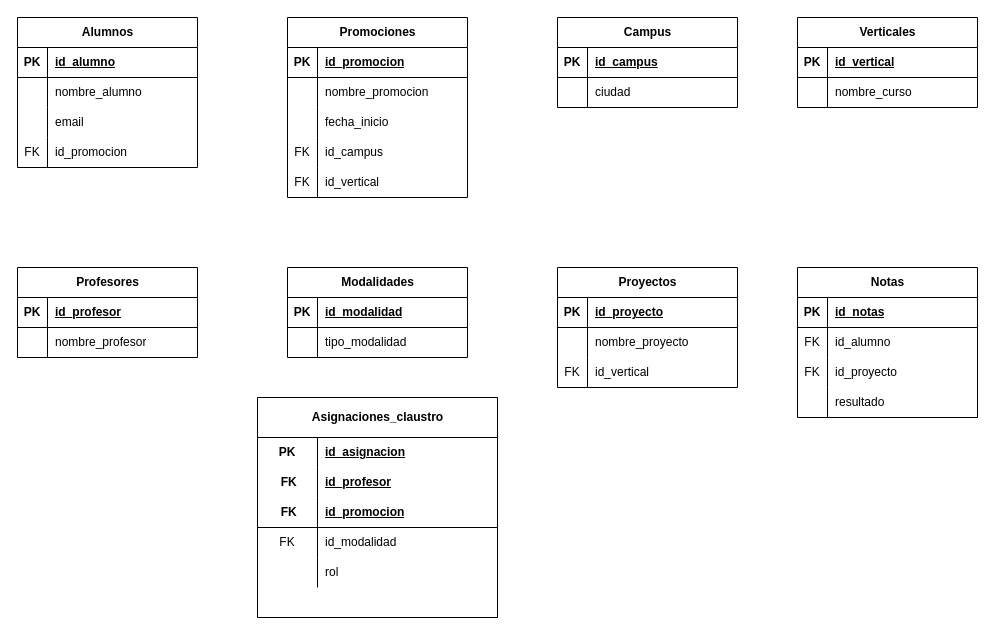
This is page "MODELO_LOGICO" (1 of 2) of modelo-diagrama.drawio from pablo-droid/proyecto_sql_noviembre, a draw.io file, before an edit. Source tidied: cells renumbered, new cells numbered last; positions are measured from the earlier drawing's top-left corner, leaving out a move shared by most shapes. Both pictures are drawn from the tidied source at 100%, with x=0, y=0 at pixel (17, 17).
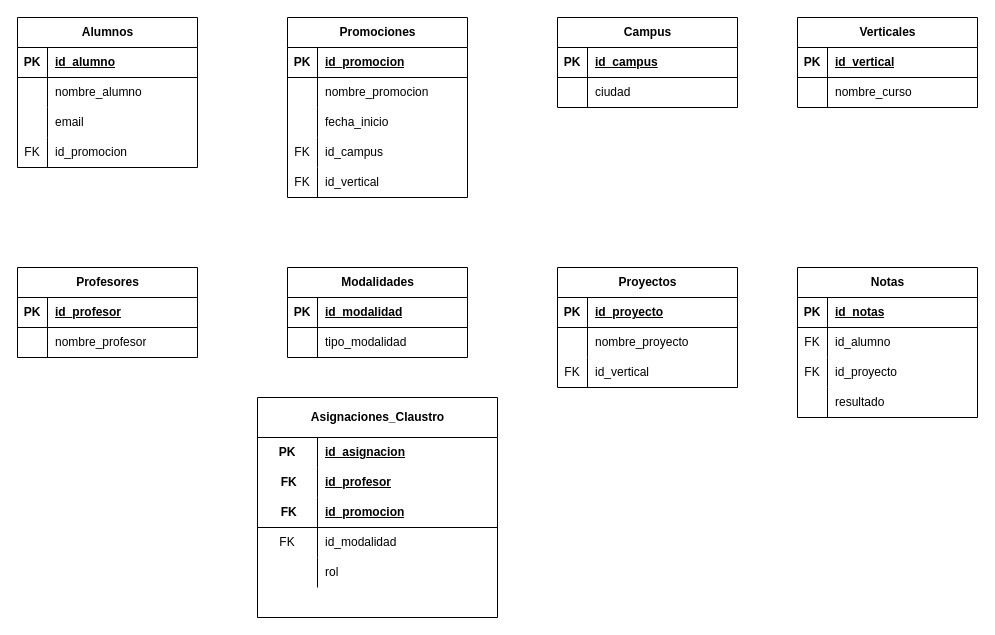
Above is the later version.

Diff of the diagram source:
```diff
@@
-    <mxCell id="82" value="Asignaciones_claustro" style="shape=table;startSize=40;childLayout=tableLayout;rowLines=0;fontStyle=1;align=center;html=1;" parent="1" vertex="1">
+    <mxCell id="82" value="Asignaciones_Claustro" style="shape=table;startSize=40;childLayout=tableLayout;rowLines=0;fontStyle=1;align=center;html=1;" parent="1" vertex="1">
       <mxGeometry x="240" y="380" width="240" height="220" as="geometry" />
     </mxCell>
```
